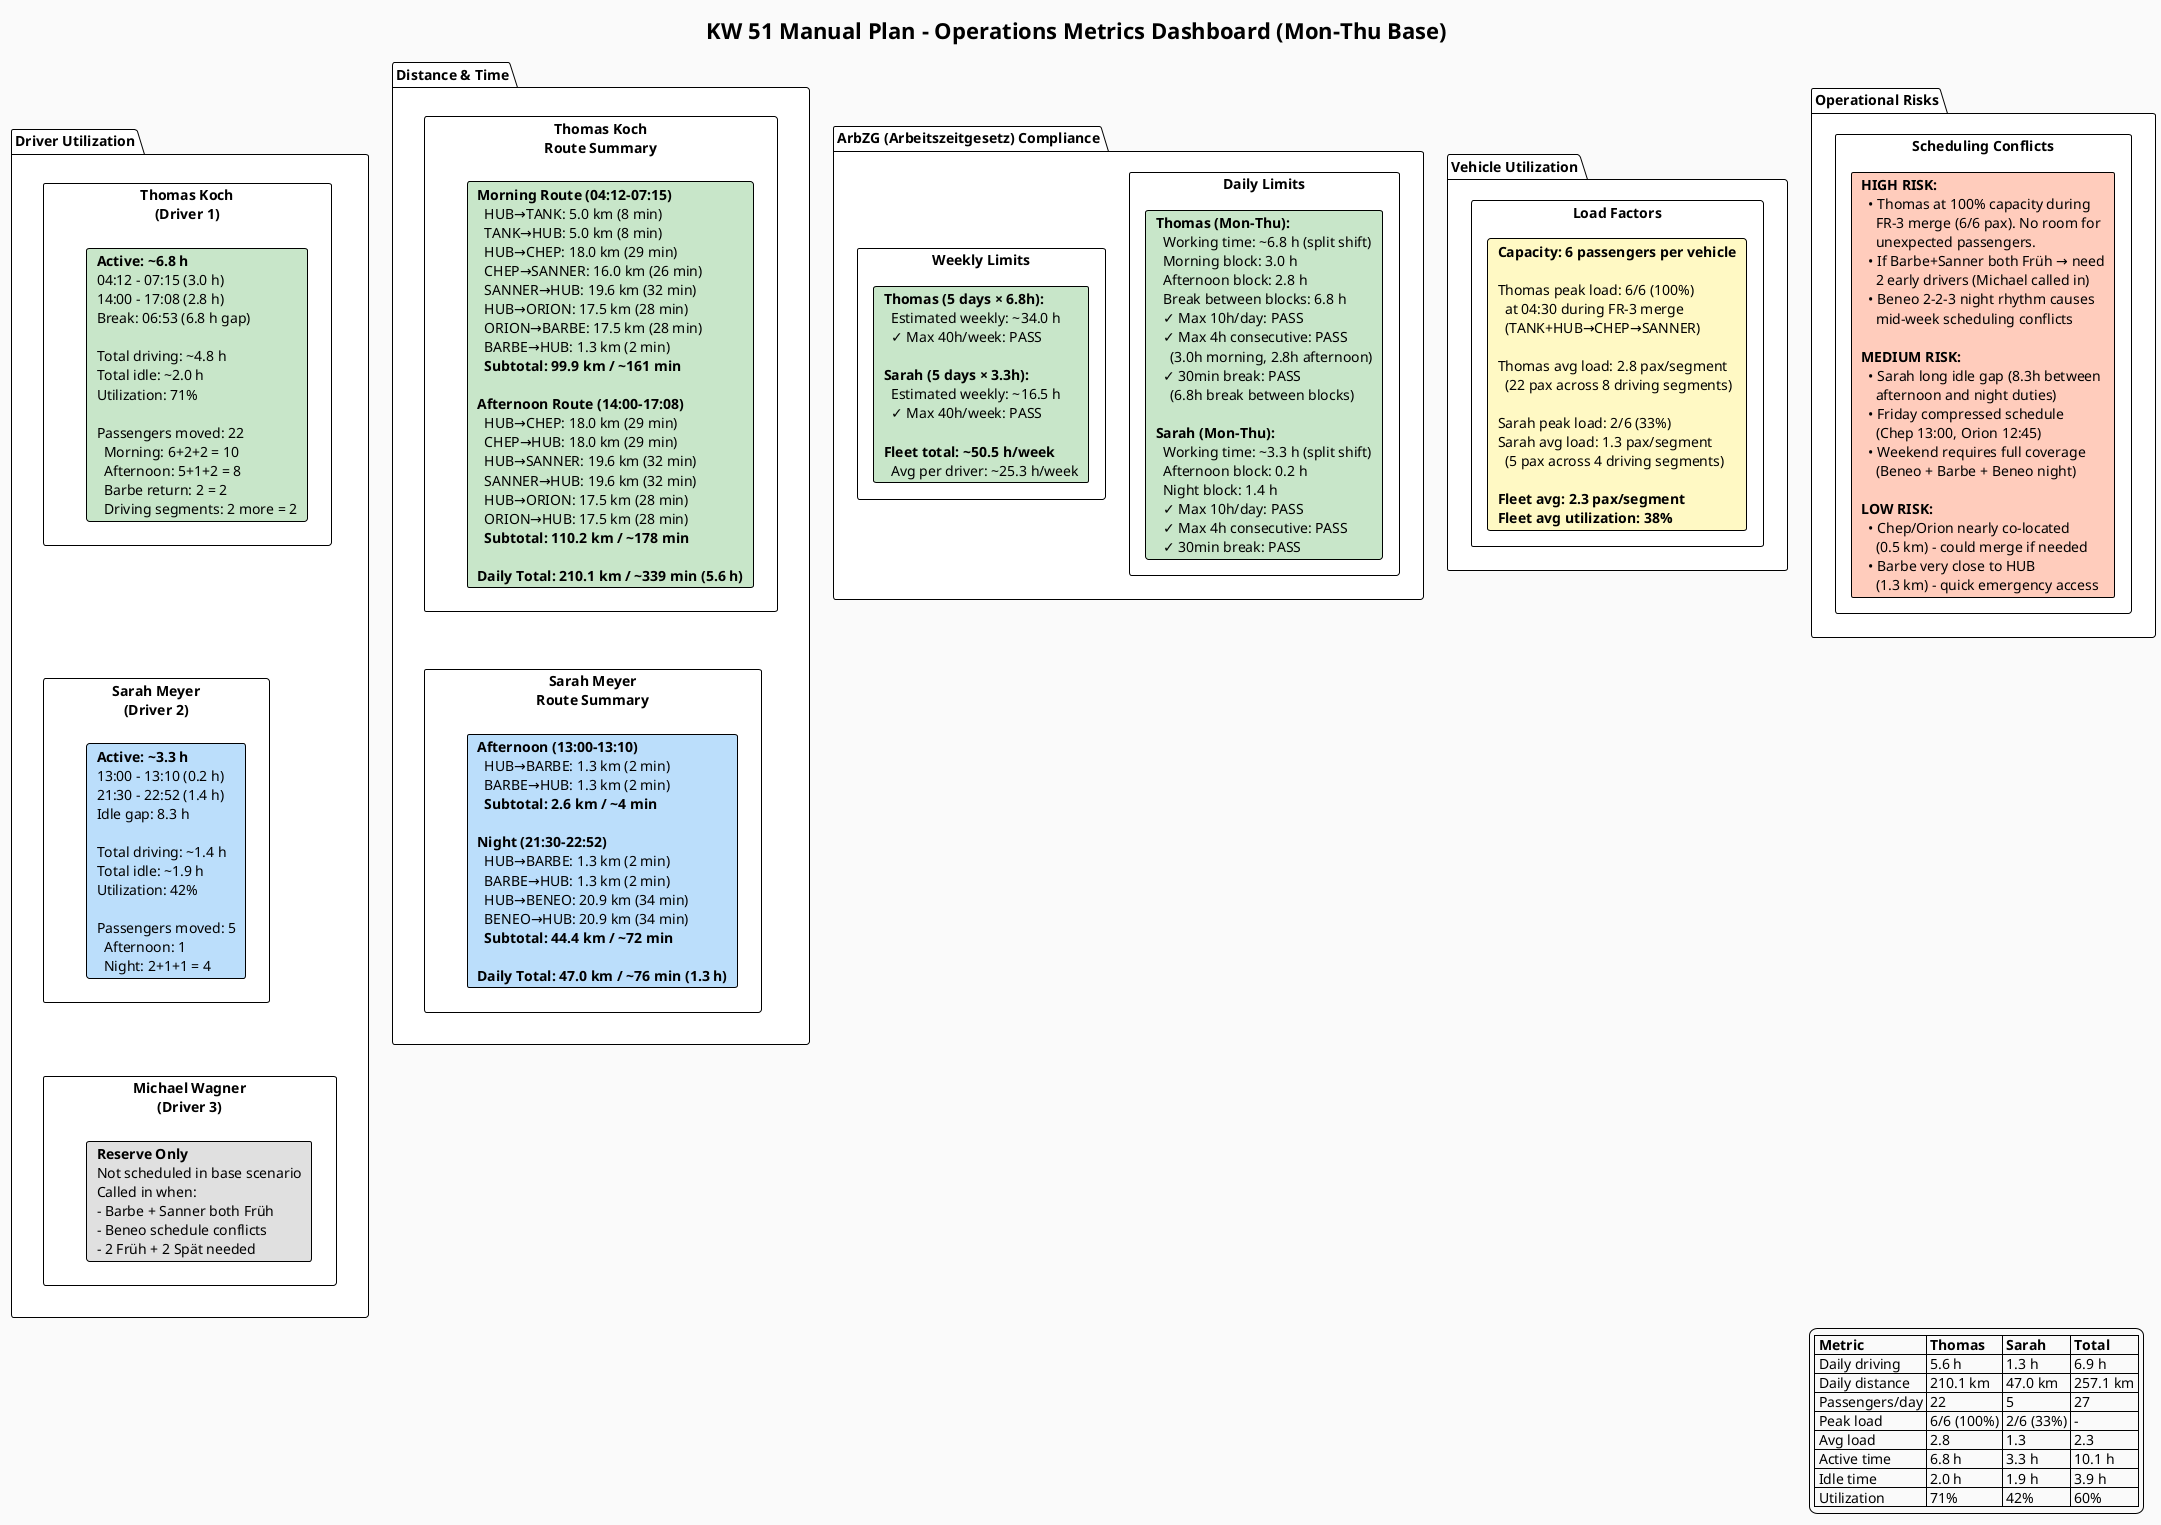
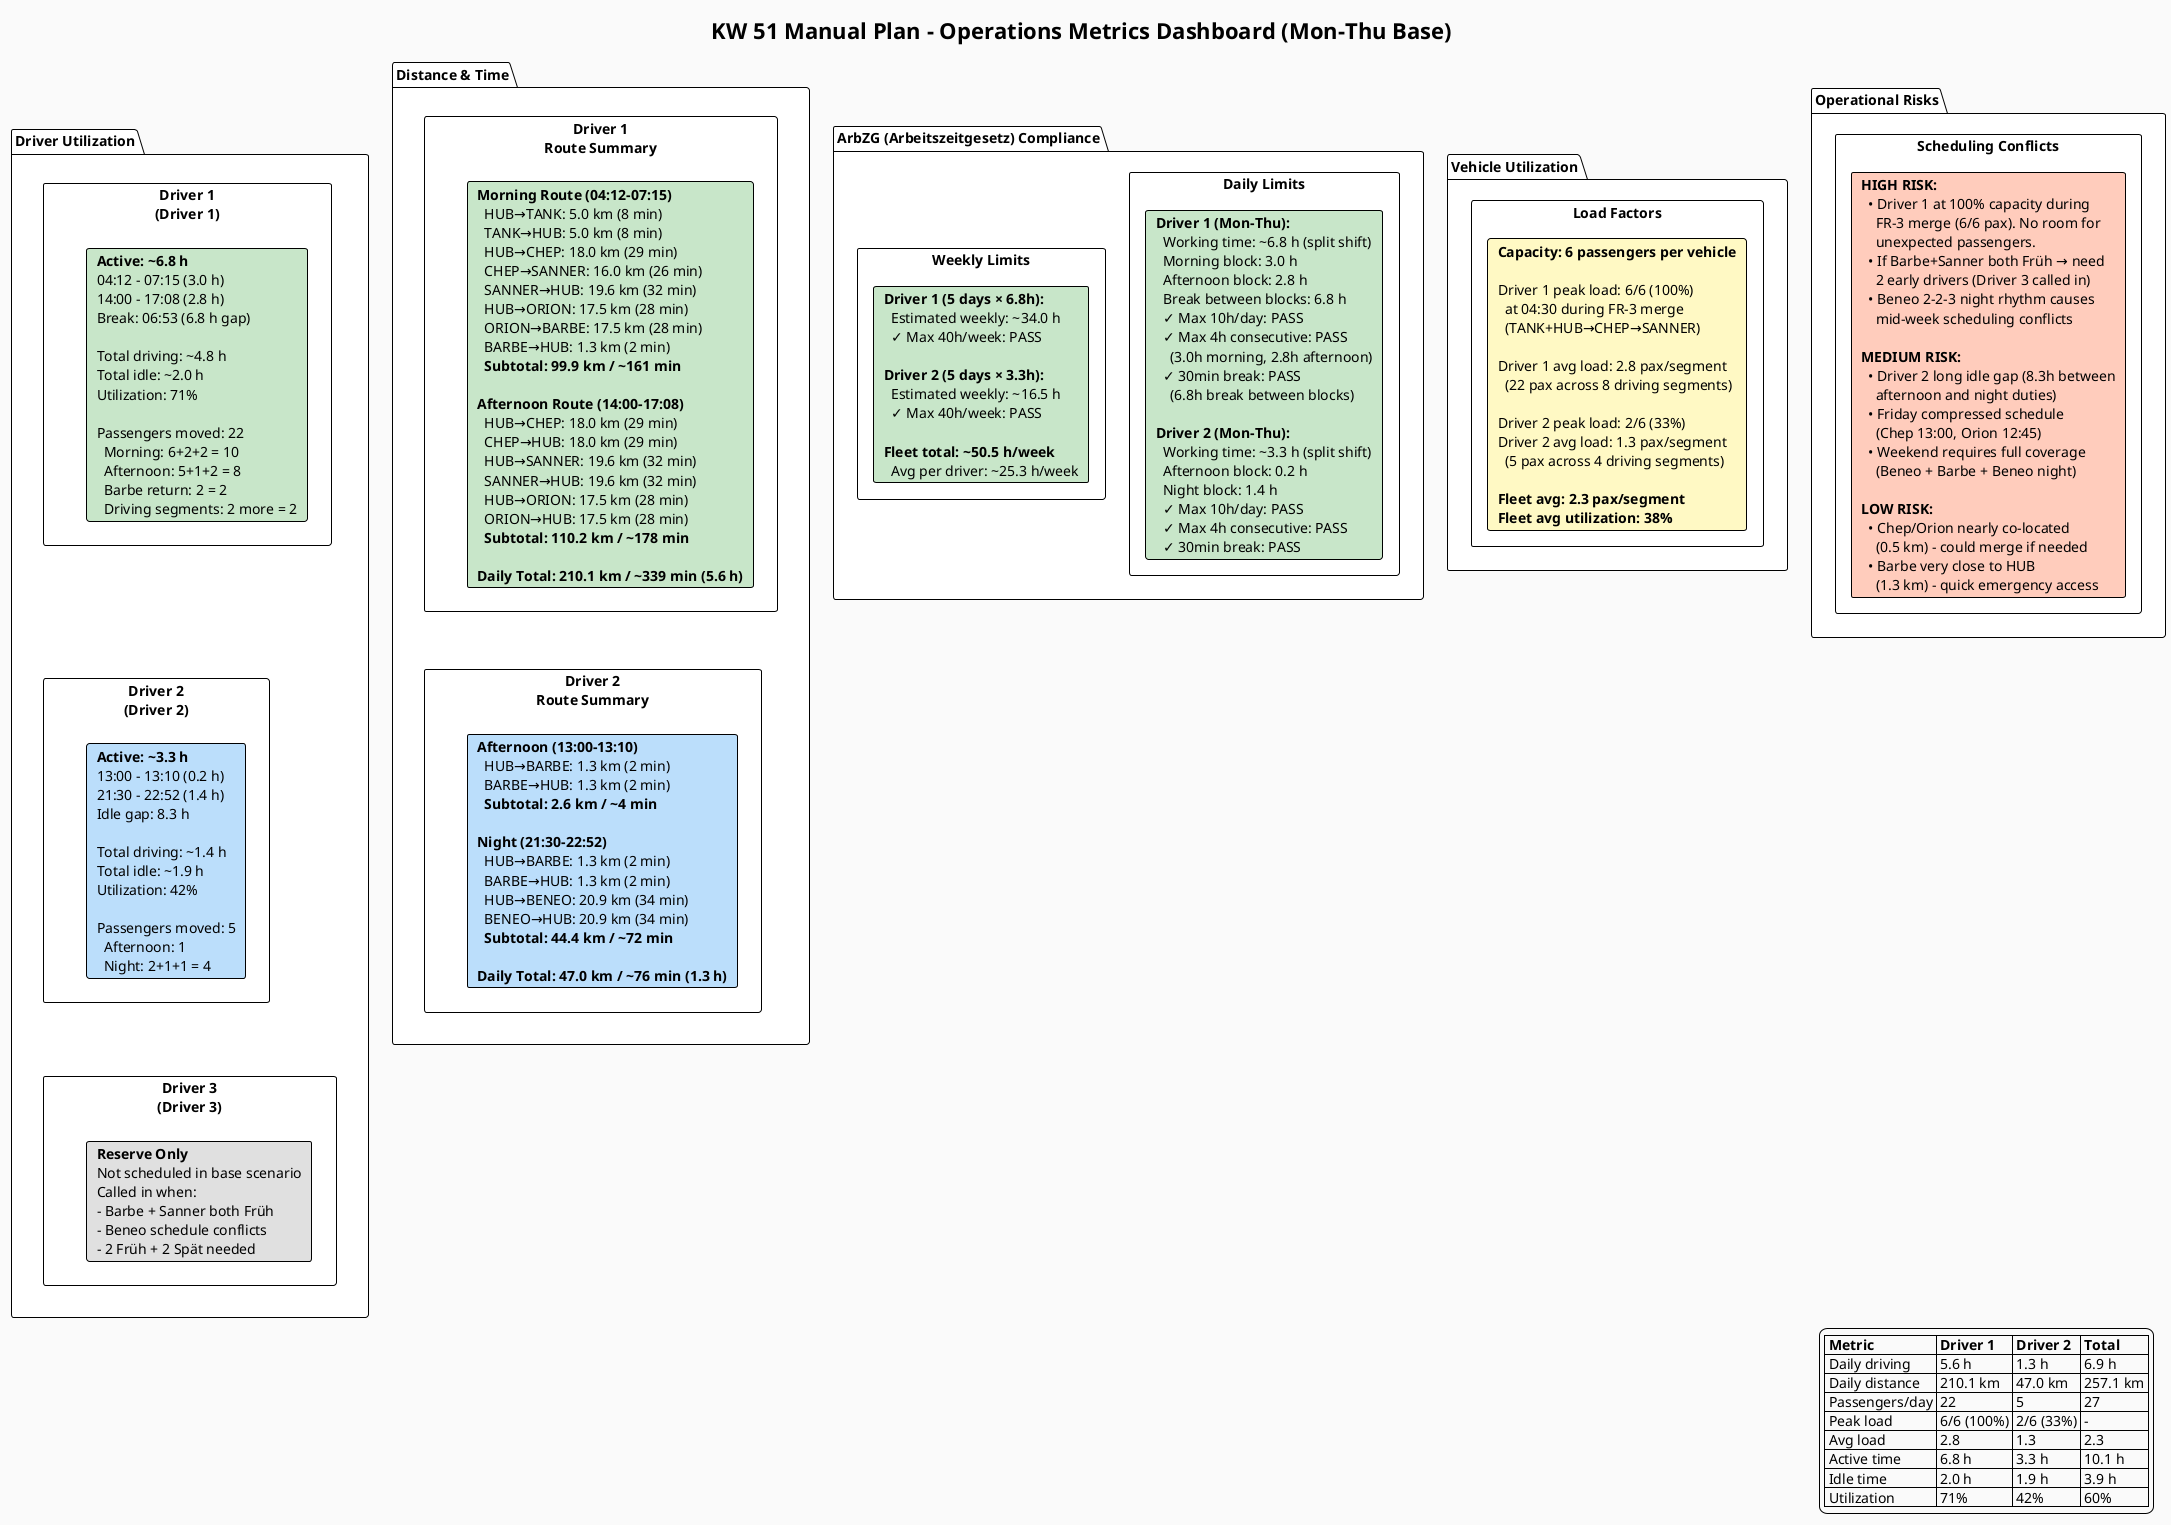
@startuml KW51_MetricsDashboard
!theme plain
skinparam backgroundColor #FAFAFA
skinparam defaultFontName Helvetica
skinparam componentStyle rectangle

title KW 51 Manual Plan - Operations Metrics Dashboard (Mon-Thu Base)

' ============================================
' DRIVER UTILIZATION
' ============================================
package "Driver Utilization" {
-   rectangle "Thomas Koch\n(Driver 1)" as TK {
+   rectangle "Driver 1\n(Driver 1)" as TK {
    card "**Active: ~6.8 h**\n04:12 - 07:15 (3.0 h)\n14:00 - 17:08 (2.8 h)\nBreak: 06:53 (6.8 h gap)\n\nTotal driving: ~4.8 h\nTotal idle: ~2.0 h\nUtilization: 71%\n\nPassengers moved: 22\n  Morning: 6+2+2 = 10\n  Afternoon: 5+1+2 = 8\n  Barbe return: 2 = 2\n  Driving segments: 2 more = 2" as TK1 #C8E6C9
  }

-   rectangle "Sarah Meyer\n(Driver 2)" as SM {
+   rectangle "Driver 2\n(Driver 2)" as SM {
    card "**Active: ~3.3 h**\n13:00 - 13:10 (0.2 h)\n21:30 - 22:52 (1.4 h)\nIdle gap: 8.3 h\n\nTotal driving: ~1.4 h\nTotal idle: ~1.9 h\nUtilization: 42%\n\nPassengers moved: 5\n  Afternoon: 1\n  Night: 2+1+1 = 4" as SM1 #BBDEFB
  }

-   rectangle "Michael Wagner\n(Driver 3)" as MW {
+   rectangle "Driver 3\n(Driver 3)" as MW {
    card "**Reserve Only**\nNot scheduled in base scenario\nCalled in when:\n- Barbe + Sanner both Früh\n- Beneo schedule conflicts\n- 2 Früh + 2 Spät needed" as MW1 #E0E0E0
  }
}

' ============================================
' DISTANCE & TIME METRICS
' ============================================
package "Distance & Time" {
-   rectangle "Thomas Koch\nRoute Summary" as TDist {
+   rectangle "Driver 1\nRoute Summary" as TDist {
    card "**Morning Route (04:12-07:15)**\n  HUB→TANK: 5.0 km (8 min)\n  TANK→HUB: 5.0 km (8 min)\n  HUB→CHEP: 18.0 km (29 min)\n  CHEP→SANNER: 16.0 km (26 min)\n  SANNER→HUB: 19.6 km (32 min)\n  HUB→ORION: 17.5 km (28 min)\n  ORION→BARBE: 17.5 km (28 min)\n  BARBE→HUB: 1.3 km (2 min)\n  **Subtotal: 99.9 km / ~161 min**\n\n**Afternoon Route (14:00-17:08)**\n  HUB→CHEP: 18.0 km (29 min)\n  CHEP→HUB: 18.0 km (29 min)\n  HUB→SANNER: 19.6 km (32 min)\n  SANNER→HUB: 19.6 km (32 min)\n  HUB→ORION: 17.5 km (28 min)\n  ORION→HUB: 17.5 km (28 min)\n  **Subtotal: 110.2 km / ~178 min**\n\n**Daily Total: 210.1 km / ~339 min (5.6 h)**" as TDist1 #C8E6C9
  }

-   rectangle "Sarah Meyer\nRoute Summary" as SDist {
+   rectangle "Driver 2\nRoute Summary" as SDist {
    card "**Afternoon (13:00-13:10)**\n  HUB→BARBE: 1.3 km (2 min)\n  BARBE→HUB: 1.3 km (2 min)\n  **Subtotal: 2.6 km / ~4 min**\n\n**Night (21:30-22:52)**\n  HUB→BARBE: 1.3 km (2 min)\n  BARBE→HUB: 1.3 km (2 min)\n  HUB→BENEO: 20.9 km (34 min)\n  BENEO→HUB: 20.9 km (34 min)\n  **Subtotal: 44.4 km / ~72 min**\n\n**Daily Total: 47.0 km / ~76 min (1.3 h)**" as SDist1 #BBDEFB
  }
}

' ============================================
' ARBZG COMPLIANCE
' ============================================
package "ArbZG (Arbeitszeitgesetz) Compliance" {
  rectangle "Daily Limits" as Daily {
-     card "**Thomas (Mon-Thu):**\n  Working time: ~6.8 h (split shift)\n  Morning block: 3.0 h\n  Afternoon block: 2.8 h\n  Break between blocks: 6.8 h\n  ✓ Max 10h/day: PASS\n  ✓ Max 4h consecutive: PASS\n    (3.0h morning, 2.8h afternoon)\n  ✓ 30min break: PASS\n    (6.8h break between blocks)\n\n**Sarah (Mon-Thu):**\n  Working time: ~3.3 h (split shift)\n  Afternoon block: 0.2 h\n  Night block: 1.4 h\n  ✓ Max 10h/day: PASS\n  ✓ Max 4h consecutive: PASS\n  ✓ 30min break: PASS" as Arb1 #C8E6C9
+     card "**Driver 1 (Mon-Thu):**\n  Working time: ~6.8 h (split shift)\n  Morning block: 3.0 h\n  Afternoon block: 2.8 h\n  Break between blocks: 6.8 h\n  ✓ Max 10h/day: PASS\n  ✓ Max 4h consecutive: PASS\n    (3.0h morning, 2.8h afternoon)\n  ✓ 30min break: PASS\n    (6.8h break between blocks)\n\n**Driver 2 (Mon-Thu):**\n  Working time: ~3.3 h (split shift)\n  Afternoon block: 0.2 h\n  Night block: 1.4 h\n  ✓ Max 10h/day: PASS\n  ✓ Max 4h consecutive: PASS\n  ✓ 30min break: PASS" as Arb1 #C8E6C9
  }

  rectangle "Weekly Limits" as Weekly {
-     card "**Thomas (5 days × 6.8h):**\n  Estimated weekly: ~34.0 h\n  ✓ Max 40h/week: PASS\n\n**Sarah (5 days × 3.3h):**\n  Estimated weekly: ~16.5 h\n  ✓ Max 40h/week: PASS\n\n**Fleet total: ~50.5 h/week**\n  Avg per driver: ~25.3 h/week" as Arb2 #C8E6C9
+     card "**Driver 1 (5 days × 6.8h):**\n  Estimated weekly: ~34.0 h\n  ✓ Max 40h/week: PASS\n\n**Driver 2 (5 days × 3.3h):**\n  Estimated weekly: ~16.5 h\n  ✓ Max 40h/week: PASS\n\n**Fleet total: ~50.5 h/week**\n  Avg per driver: ~25.3 h/week" as Arb2 #C8E6C9
  }
}

' ============================================
' VEHICLE UTILIZATION
' ============================================
package "Vehicle Utilization" {
  rectangle "Load Factors" as Load {
-     card "**Capacity: 6 passengers per vehicle**\n\nThomas peak load: 6/6 (100%)\n  at 04:30 during FR-3 merge\n  (TANK+HUB→CHEP→SANNER)\n\nThomas avg load: 2.8 pax/segment\n  (22 pax across 8 driving segments)\n\nSarah peak load: 2/6 (33%)\nSarah avg load: 1.3 pax/segment\n  (5 pax across 4 driving segments)\n\n**Fleet avg: 2.3 pax/segment**\n**Fleet avg utilization: 38%**" as Load1 #FFF9C4
+     card "**Capacity: 6 passengers per vehicle**\n\nDriver 1 peak load: 6/6 (100%)\n  at 04:30 during FR-3 merge\n  (TANK+HUB→CHEP→SANNER)\n\nDriver 1 avg load: 2.8 pax/segment\n  (22 pax across 8 driving segments)\n\nDriver 2 peak load: 2/6 (33%)\nDriver 2 avg load: 1.3 pax/segment\n  (5 pax across 4 driving segments)\n\n**Fleet avg: 2.3 pax/segment**\n**Fleet avg utilization: 38%**" as Load1 #FFF9C4
  }
}

' ============================================
' OPERATIONAL RISKS
' ============================================
package "Operational Risks" {
  rectangle "Scheduling Conflicts" as Risk {
-     card "**HIGH RISK:**\n  • Thomas at 100% capacity during\n    FR-3 merge (6/6 pax). No room for\n    unexpected passengers.\n  • If Barbe+Sanner both Früh → need\n    2 early drivers (Michael called in)\n  • Beneo 2-2-3 night rhythm causes\n    mid-week scheduling conflicts\n\n**MEDIUM RISK:**\n  • Sarah long idle gap (8.3h between\n    afternoon and night duties)\n  • Friday compressed schedule\n    (Chep 13:00, Orion 12:45)\n  • Weekend requires full coverage\n    (Beneo + Barbe + Beneo night)\n\n**LOW RISK:**\n  • Chep/Orion nearly co-located\n    (0.5 km) - could merge if needed\n  • Barbe very close to HUB\n    (1.3 km) - quick emergency access" as Risk1 #FFCCBC
+     card "**HIGH RISK:**\n  • Driver 1 at 100% capacity during\n    FR-3 merge (6/6 pax). No room for\n    unexpected passengers.\n  • If Barbe+Sanner both Früh → need\n    2 early drivers (Driver 3 called in)\n  • Beneo 2-2-3 night rhythm causes\n    mid-week scheduling conflicts\n\n**MEDIUM RISK:**\n  • Driver 2 long idle gap (8.3h between\n    afternoon and night duties)\n  • Friday compressed schedule\n    (Chep 13:00, Orion 12:45)\n  • Weekend requires full coverage\n    (Beneo + Barbe + Beneo night)\n\n**LOW RISK:**\n  • Chep/Orion nearly co-located\n    (0.5 km) - could merge if needed\n  • Barbe very close to HUB\n    (1.3 km) - quick emergency access" as Risk1 #FFCCBC
  }
}

' Connections
TK -[hidden]down- SM
SM -[hidden]down- MW
TDist -[hidden]down- SDist

legend right
-   |= Metric |= Thomas |= Sarah |= Total |
+   |= Metric |= Driver 1 |= Driver 2 |= Total |
  | Daily driving | 5.6 h | 1.3 h | 6.9 h |
  | Daily distance | 210.1 km | 47.0 km | 257.1 km |
  | Passengers/day | 22 | 5 | 27 |
  | Peak load | 6/6 (100%) | 2/6 (33%) | - |
  | Avg load | 2.8 | 1.3 | 2.3 |
  | Active time | 6.8 h | 3.3 h | 10.1 h |
  | Idle time | 2.0 h | 1.9 h | 3.9 h |
  | Utilization | 71% | 42% | 60% |
endlegend

@enduml
